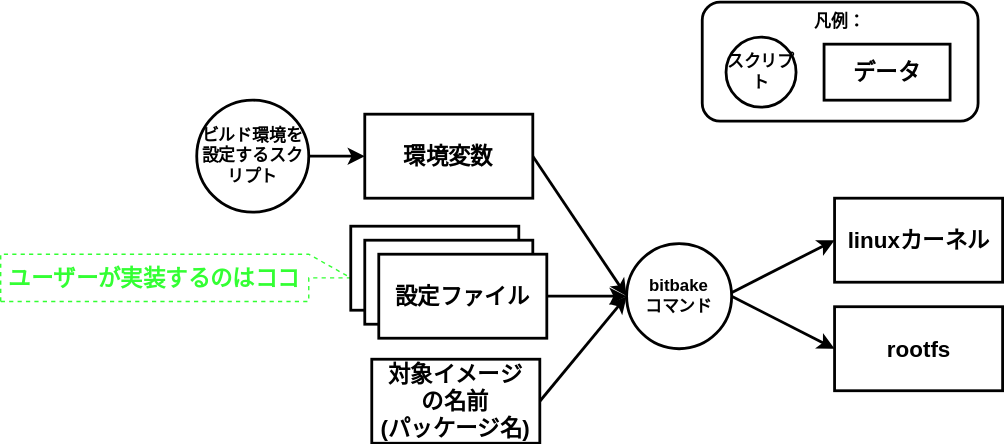
Earlier version of the draw.io export manual/docs/level-1/images/os-build.drawio.svg (AngryMane/yocto-learning). Source tidied: cells renumbered, new cells last; positions are measured from the earlier drawing's top-left corner, leaving out a move shared by most shapes.
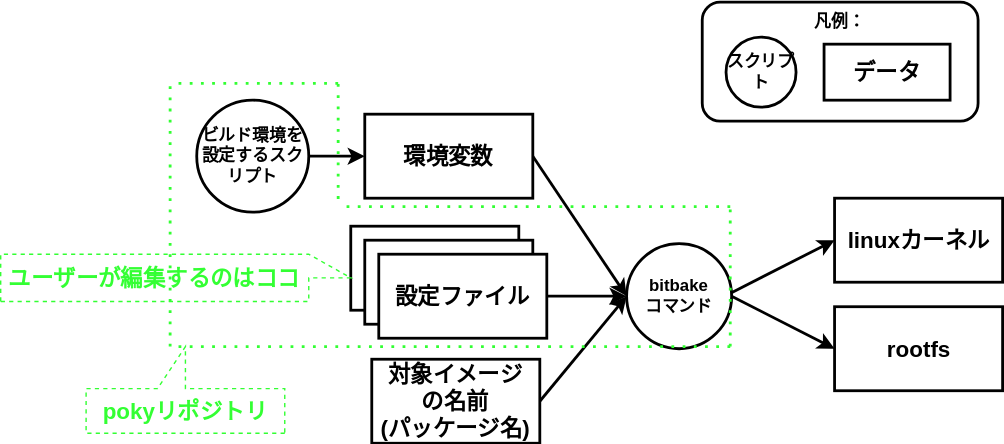
Above is the later version.

Change to the diagram source:
```diff
@@ -25,9 +25,6 @@
     <mxCell id="8" value="ビルド環境を設定するスクリプト" style="ellipse;whiteSpace=wrap;html=1;flipH=1;fontStyle=1;strokeWidth=2;" parent="1" vertex="1">
       <mxGeometry x="140" y="70" width="80" height="80" as="geometry" />
     </mxCell>
-    <mxCell id="9" value="ユーザーが実装するのはココ" style="shape=callout;whiteSpace=wrap;html=1;perimeter=calloutPerimeter;dashed=1;strokeWidth=1;fillColor=none;direction=north;strokeColor=#33FF33;fontColor=#33FF33;fontStyle=1;fontSize=16;" parent="1" vertex="1">
-      <mxGeometry y="180" width="250" height="33.8" as="geometry" />
-    </mxCell>
     <mxCell id="10" value="linuxカーネル" style="rounded=0;whiteSpace=wrap;html=1;fontSize=16;fontStyle=1;strokeWidth=2;" parent="1" vertex="1">
       <mxGeometry x="595.5" y="140" width="120" height="60" as="geometry" />
     </mxCell>
@@ -64,5 +61,47 @@
     <mxCell id="21" value="データ" style="rounded=0;whiteSpace=wrap;html=1;fontSize=16;fontStyle=1;strokeWidth=2;" parent="1" vertex="1">
       <mxGeometry x="588" y="30" width="90" height="40" as="geometry" />
     </mxCell>
+    <mxCell id="22" style="endArrow=none;dashed=1;html=1;dashPattern=1 3;strokeWidth=2;strokeColor=#33FF33;fontColor=#33FF33;" parent="1" edge="1">
+      <mxGeometry relative="1" as="geometry">
+        <mxPoint x="121" y="246" as="sourcePoint" />
+        <mxPoint x="121" y="56" as="targetPoint" />
+      </mxGeometry>
+    </mxCell>
+    <mxCell id="23" style="endArrow=none;dashed=1;html=1;dashPattern=1 3;strokeWidth=2;strokeColor=#33FF33;" parent="1" edge="1">
+      <mxGeometry relative="1" as="geometry">
+        <mxPoint x="241" y="58" as="sourcePoint" />
+        <mxPoint x="121" y="58" as="targetPoint" />
+      </mxGeometry>
+    </mxCell>
+    <mxCell id="24" style="endArrow=none;dashed=1;html=1;dashPattern=1 3;strokeWidth=2;strokeColor=#33FF33;" parent="1" edge="1">
+      <mxGeometry relative="1" as="geometry">
+        <mxPoint x="241" y="58.5" as="sourcePoint" />
+        <mxPoint x="241" y="146" as="targetPoint" />
+      </mxGeometry>
+    </mxCell>
+    <mxCell id="25" style="endArrow=none;dashed=1;html=1;dashPattern=1 3;strokeWidth=2;strokeColor=#33FF33;" parent="1" edge="1">
+      <mxGeometry relative="1" as="geometry">
+        <mxPoint x="521" y="146" as="sourcePoint" />
+        <mxPoint x="241" y="146" as="targetPoint" />
+      </mxGeometry>
+    </mxCell>
+    <mxCell id="26" style="endArrow=none;dashed=1;html=1;dashPattern=1 3;strokeWidth=2;strokeColor=#33FF33;" parent="1" edge="1">
+      <mxGeometry relative="1" as="geometry">
+        <mxPoint x="521" y="246" as="sourcePoint" />
+        <mxPoint x="521" y="146" as="targetPoint" />
+      </mxGeometry>
+    </mxCell>
+    <mxCell id="27" value="pokyリポジトリ" style="shape=callout;whiteSpace=wrap;html=1;perimeter=calloutPerimeter;dashed=1;strokeWidth=1;fillColor=none;direction=west;strokeColor=#33FF33;fontColor=#33FF33;fontStyle=1;fontSize=16;" parent="1" vertex="1">
+      <mxGeometry x="61" y="246" width="141.9" height="61.9" as="geometry" />
+    </mxCell>
+    <mxCell id="28" style="endArrow=none;dashed=1;html=1;dashPattern=1 3;strokeWidth=2;strokeColor=#33FF33;" parent="1" edge="1">
+      <mxGeometry relative="1" as="geometry">
+        <mxPoint x="521" y="246" as="sourcePoint" />
+        <mxPoint x="121" y="246" as="targetPoint" />
+      </mxGeometry>
+    </mxCell>
+    <mxCell id="9" value="ユーザーが編集するのはココ" style="shape=callout;whiteSpace=wrap;html=1;perimeter=calloutPerimeter;dashed=1;strokeWidth=1;fillColor=none;direction=north;strokeColor=#33FF33;fontColor=#33FF33;fontStyle=1;fontSize=16;" parent="1" vertex="1">
+      <mxGeometry y="180" width="250" height="33.8" as="geometry" />
+    </mxCell>
   </root>
 </mxGraphModel>
```
